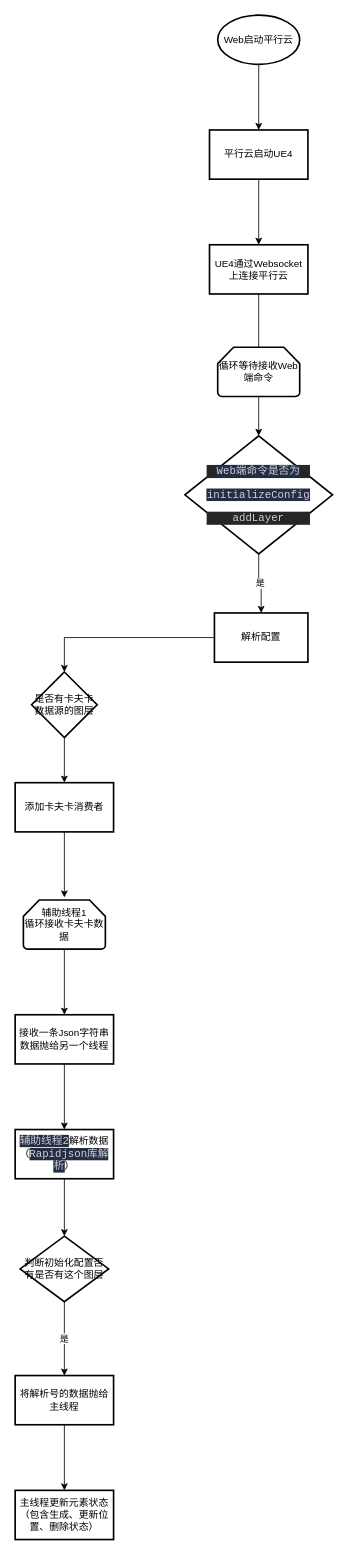
The draw.io diagram page "WEB API流程图" (4 of 4) of 工作流程.drawio in CengJia/diagrams, before the edit. Source tidied: cells renumbered, new cells numbered last; positions are measured from the earlier drawing's top-left corner, leaving out a move shared by most shapes. Both pictures are drawn from the tidied source at 82%, with x=0, y=0 at pixel (15, 15).
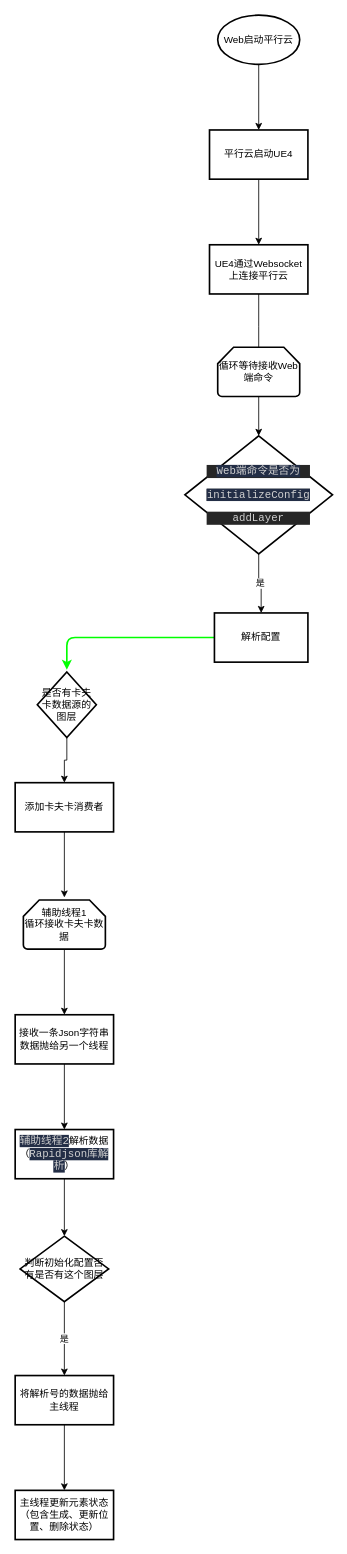
The same page after the edit.

Unchanged cells that the change refers to:
```xml
<mxCell id="10" value="解析配置" style="whiteSpace=wrap;html=1;strokeWidth=2;" parent="1" vertex="1">
  <mxGeometry x="243" y="729" width="114" height="60" as="geometry" />
</mxCell>
```

What changed in the source:
```diff
@@
-    <mxCell id="9" style="edgeStyle=orthogonalEdgeStyle;rounded=0;jettySize=auto;html=1;exitX=0;exitY=0.5;exitDx=0;exitDy=0;entryX=0.5;entryY=0;entryDx=0;entryDy=0;" parent="1" edge="1" source="10" target="28">
-      <mxGeometry relative="1" as="geometry" />
+    <mxCell id="9" style="edgeStyle=elbowEdgeStyle;shape=connector;rounded=1;jettySize=auto;html=1;exitX=0;exitY=0.5;exitDx=0;exitDy=0;entryX=0.506;entryY=-0.034;entryDx=0;entryDy=0;entryPerimeter=0;labelBackgroundColor=default;fontFamily=Helvetica;fontSize=11;fontColor=#F0F0F0;endArrow=classic;endFill=1;strokeColor=#00FF00;strokeWidth=2;" parent="1" edge="1" source="10" target="28">
+      <mxGeometry relative="1" as="geometry">
+        <Array as="points">
+          <mxPoint x="63" y="759" />
+        </Array>
+      </mxGeometry>
     </mxCell>
@@
     <mxCell id="28" value="是否有卡夫卡数据源的图层" style="rhombus;whiteSpace=wrap;html=1;strokeWidth=2;" parent="1" vertex="1">
-      <mxGeometry x="20" y="801" width="80" height="80" as="geometry" />
+      <mxGeometry x="27" y="801" width="72" height="80" as="geometry" />
     </mxCell>
```
